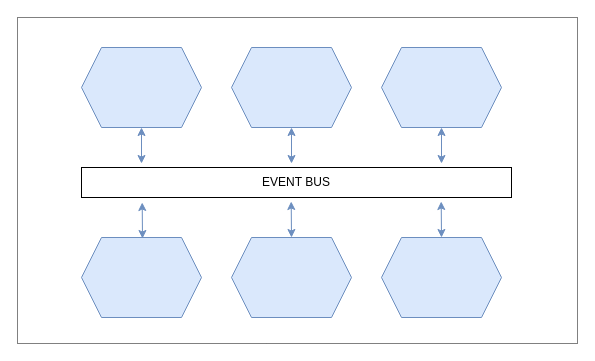
Above: page "Event Bus" (4 of 14) of diagrams/1.drawio in alicemunsal/dohex (draw.io), before the change. Source tidied: cells renumbered, new cells numbered last; positions are measured from the earlier drawing's top-left corner, leaving out a move shared by most shapes. Both pictures are drawn from the tidied source at 100%, with x=0, y=0 at pixel (17, 17).
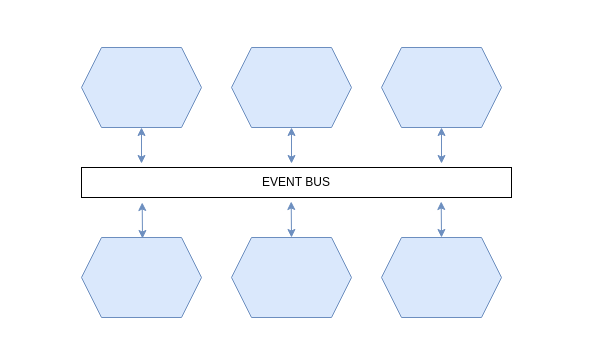
The same diagram, later.

What changed in the source:
```diff
@@
-    <mxCell id="2" style="rounded=0;whiteSpace=wrap;html=1;fontSize=12;strokeWidth=1;dashed=1;dashPattern=1 1;perimeterSpacing=1;fillColor=none;" parent="1" vertex="1">
-      <mxGeometry width="560" height="326" as="geometry" />
-    </mxCell>
```
